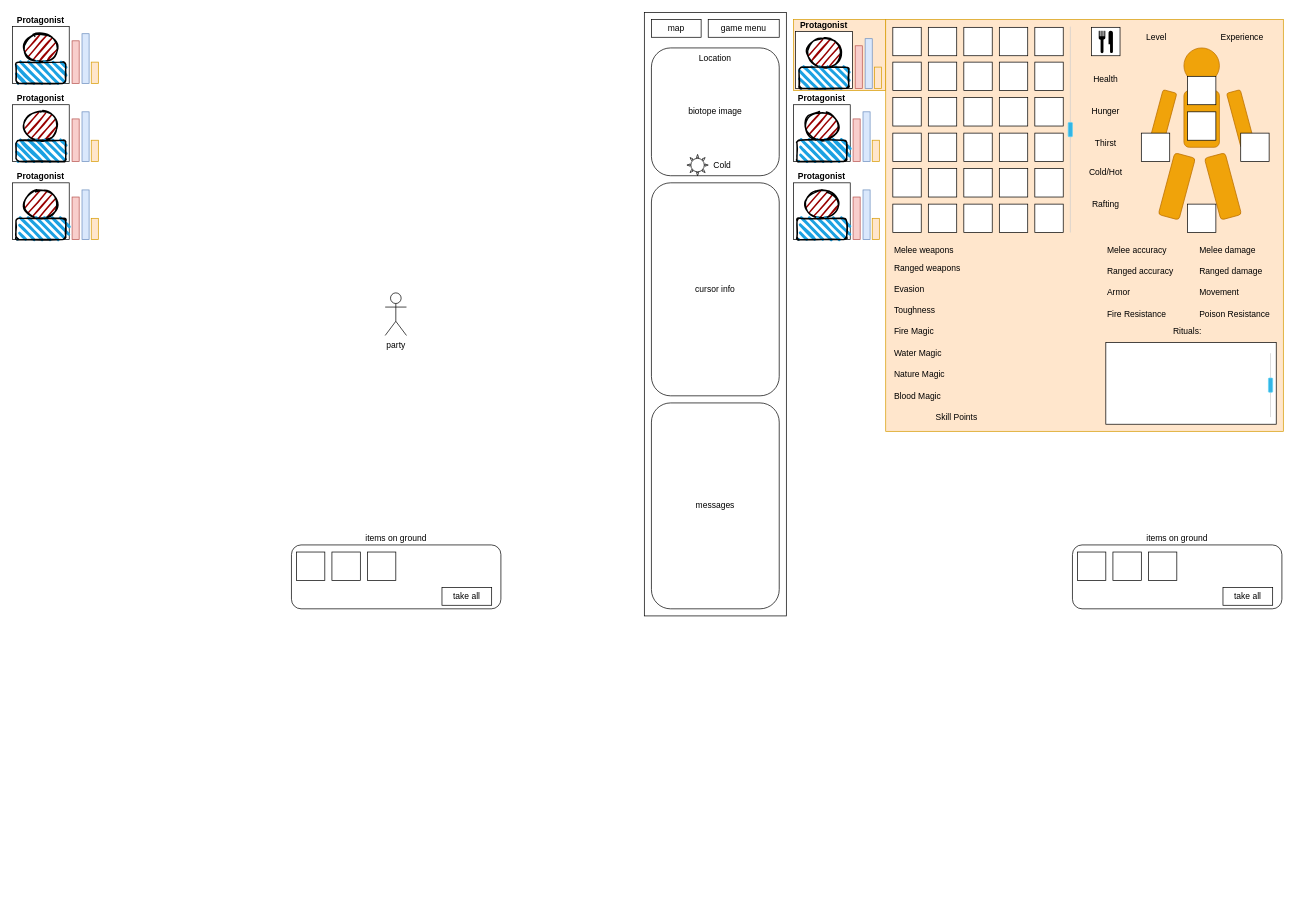
Above: doc/UI.drawio in lotcz/heroes (draw.io), before the change. Source tidied: cells renumbered, new cells numbered last; positions are measured from the earlier drawing's top-left corner, leaving out a move shared by most shapes. Both pictures are drawn from the tidied source at 71%, with x=0, y=0 at pixel (12, 12).
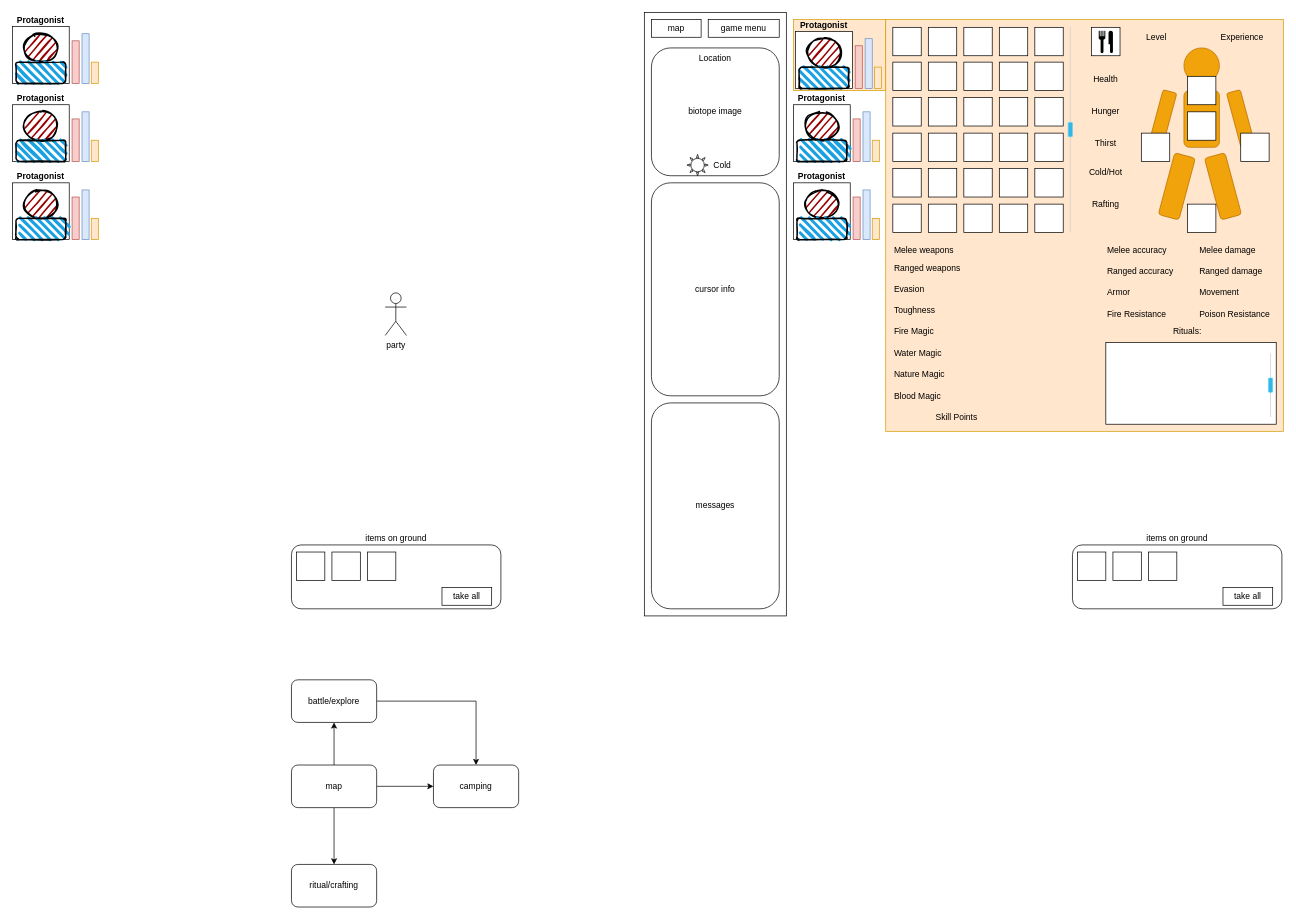
The same diagram, later.

What changed in the source:
```diff
@@
+    <mxCell id="148" style="edgeStyle=orthogonalEdgeStyle;rounded=0;jettySize=auto;html=1;" parent="1" edge="1" source="151" target="153">
+      <mxGeometry relative="1" as="geometry" />
+    </mxCell>
+    <mxCell id="149" style="edgeStyle=orthogonalEdgeStyle;rounded=0;jettySize=auto;html=1;" parent="1" edge="1" source="151" target="154">
+      <mxGeometry relative="1" as="geometry" />
+    </mxCell>
+    <mxCell id="150" style="edgeStyle=orthogonalEdgeStyle;rounded=0;jettySize=auto;html=1;" parent="1" edge="1" source="151" target="155">
+      <mxGeometry relative="1" as="geometry" />
+    </mxCell>
+    <mxCell id="151" value="map" style="rounded=1;whiteSpace=wrap;html=1;" parent="1" vertex="1">
+      <mxGeometry x="393" y="1060" width="120" height="60" as="geometry" />
+    </mxCell>
+    <mxCell id="152" style="edgeStyle=orthogonalEdgeStyle;rounded=0;jettySize=auto;html=1;" parent="1" edge="1" source="153" target="154">
+      <mxGeometry relative="1" as="geometry" />
+    </mxCell>
+    <mxCell id="153" value="battle/explore" style="rounded=1;whiteSpace=wrap;html=1;" parent="1" vertex="1">
+      <mxGeometry x="393" y="940" width="120" height="60" as="geometry" />
+    </mxCell>
+    <mxCell id="154" value="camping" style="rounded=1;whiteSpace=wrap;html=1;" parent="1" vertex="1">
+      <mxGeometry x="593" y="1060" width="120" height="60" as="geometry" />
+    </mxCell>
+    <mxCell id="155" value="ritual/crafting" style="rounded=1;whiteSpace=wrap;html=1;" parent="1" vertex="1">
+      <mxGeometry x="393" y="1200" width="120" height="60" as="geometry" />
+    </mxCell>
```
